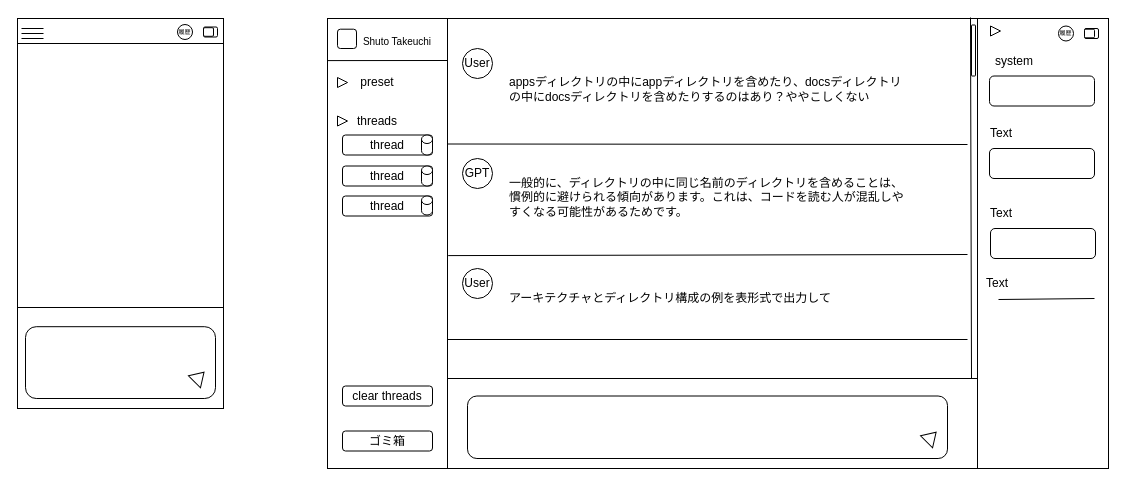
This is docs/basic-design/ui-v2.drawio from bamboo-house/BambooGPT, a draw.io file, before an edit. Source tidied: cells renumbered, new cells numbered last; positions are measured from the earlier drawing's top-left corner, leaving out a move shared by most shapes. Both pictures are drawn from the tidied source at 100%, with x=0, y=0 at pixel (17, 17).
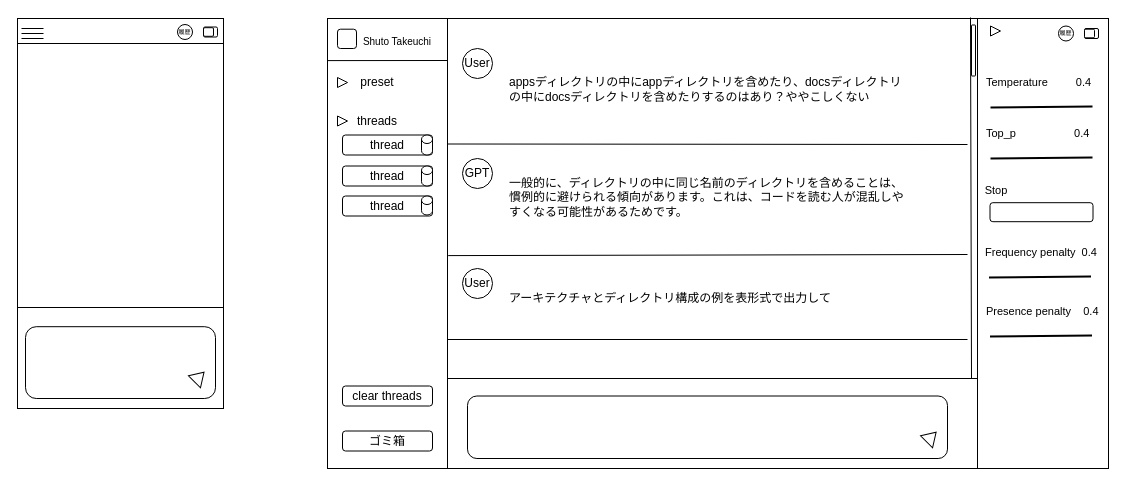
The same diagram, later.

The edit, as a diff of the source:
```diff
@@
-    <mxCell id="7" style="rounded=1;whiteSpace=wrap;html=1;" parent="1" vertex="1">
-      <mxGeometry x="972" y="131" width="105" height="30" as="geometry" />
-    </mxCell>
     <mxCell id="8" style="rounded=1;whiteSpace=wrap;html=1;" parent="1" vertex="1">
-      <mxGeometry x="973" y="211" width="105" height="30" as="geometry" />
+      <mxGeometry x="972.5" y="185.2" width="103" height="19" as="geometry" />
     </mxCell>
-    <mxCell id="9" value="Text" style="text;html=1;strokeColor=none;fillColor=none;align=center;verticalAlign=middle;whiteSpace=wrap;rounded=0;" parent="1" vertex="1">
-      <mxGeometry x="959" y="101" width="50" height="30" as="geometry" />
-    </mxCell>
-    <mxCell id="10" value="Text" style="text;html=1;strokeColor=none;fillColor=none;align=center;verticalAlign=middle;whiteSpace=wrap;rounded=0;" parent="1" vertex="1">
-      <mxGeometry x="959" y="181" width="50" height="30" as="geometry" />
+    <mxCell id="10" value="Stop" style="text;html=1;strokeColor=none;fillColor=none;align=center;verticalAlign=middle;whiteSpace=wrap;rounded=0;fontSize=11;" parent="1" vertex="1">
+      <mxGeometry x="954" y="160" width="50" height="25.2" as="geometry" />
     </mxCell>
-    <mxCell id="11" value="Text" style="text;html=1;strokeColor=none;fillColor=none;align=center;verticalAlign=middle;whiteSpace=wrap;rounded=0;" parent="1" vertex="1">
-      <mxGeometry x="955" y="251" width="50" height="30" as="geometry" />
+    <mxCell id="11" value="Temperature　　&amp;nbsp; 0.4" style="text;html=1;strokeColor=none;fillColor=none;align=left;verticalAlign=middle;whiteSpace=wrap;rounded=0;fontSize=11;" parent="1" vertex="1">
+      <mxGeometry x="967" y="50" width="117" height="30" as="geometry" />
     </mxCell>
-    <mxCell id="12" style="endArrow=none;html=1;" parent="1" edge="1">
+    <mxCell id="12" style="endArrow=none;html=1;fontSize=11;strokeWidth=2;" parent="1" edge="1">
       <mxGeometry relative="1" as="geometry">
-        <mxPoint x="981" y="282" as="sourcePoint" />
-        <mxPoint x="1077" y="281" as="targetPoint" />
+        <mxPoint x="973" y="90" as="sourcePoint" />
+        <mxPoint x="1075" y="89" as="targetPoint" />
       </mxGeometry>
     </mxCell>
@@
-    <mxCell id="14" style="rounded=1;whiteSpace=wrap;html=1;" parent="1" vertex="1">
-      <mxGeometry x="972" y="58.5" width="105" height="30" as="geometry" />
-    </mxCell>
-    <mxCell id="15" value="system" style="text;html=1;strokeColor=none;fillColor=none;align=center;verticalAlign=middle;whiteSpace=wrap;rounded=0;" parent="1" vertex="1">
-      <mxGeometry x="972" y="28.5" width="50" height="30" as="geometry" />
-    </mxCell>
@@
+    <mxCell id="58" value="Top_p　　　　　 0.4" style="text;html=1;strokeColor=none;fillColor=none;align=left;verticalAlign=middle;whiteSpace=wrap;rounded=0;fontSize=11;" parent="1" vertex="1">
+      <mxGeometry x="967" y="101" width="117" height="30" as="geometry" />
+    </mxCell>
+    <mxCell id="59" style="endArrow=none;html=1;fontSize=11;strokeWidth=2;" parent="1" edge="1">
+      <mxGeometry relative="1" as="geometry">
+        <mxPoint x="973" y="141" as="sourcePoint" />
+        <mxPoint x="1075" y="140" as="targetPoint" />
+      </mxGeometry>
+    </mxCell>
+    <mxCell id="60" value="Frequency penalty&amp;nbsp; 0.4" style="text;html=1;strokeColor=none;fillColor=none;align=left;verticalAlign=middle;whiteSpace=wrap;rounded=0;fontSize=11;" parent="1" vertex="1">
+      <mxGeometry x="965.5" y="220" width="117" height="30" as="geometry" />
+    </mxCell>
+    <mxCell id="61" style="endArrow=none;html=1;fontSize=11;strokeWidth=2;" parent="1" edge="1">
+      <mxGeometry relative="1" as="geometry">
+        <mxPoint x="971.5" y="260" as="sourcePoint" />
+        <mxPoint x="1073.5" y="259" as="targetPoint" />
+      </mxGeometry>
+    </mxCell>
+    <mxCell id="62" value="Presence penalty&amp;nbsp; &amp;nbsp; 0.4" style="text;html=1;strokeColor=none;fillColor=none;align=left;verticalAlign=middle;whiteSpace=wrap;rounded=0;fontSize=11;" parent="1" vertex="1">
+      <mxGeometry x="966.5" y="279" width="117" height="30" as="geometry" />
+    </mxCell>
+    <mxCell id="63" style="endArrow=none;html=1;fontSize=11;strokeWidth=2;" parent="1" edge="1">
+      <mxGeometry relative="1" as="geometry">
+        <mxPoint x="972.5" y="319" as="sourcePoint" />
+        <mxPoint x="1074.5" y="318" as="targetPoint" />
+      </mxGeometry>
+    </mxCell>
```
